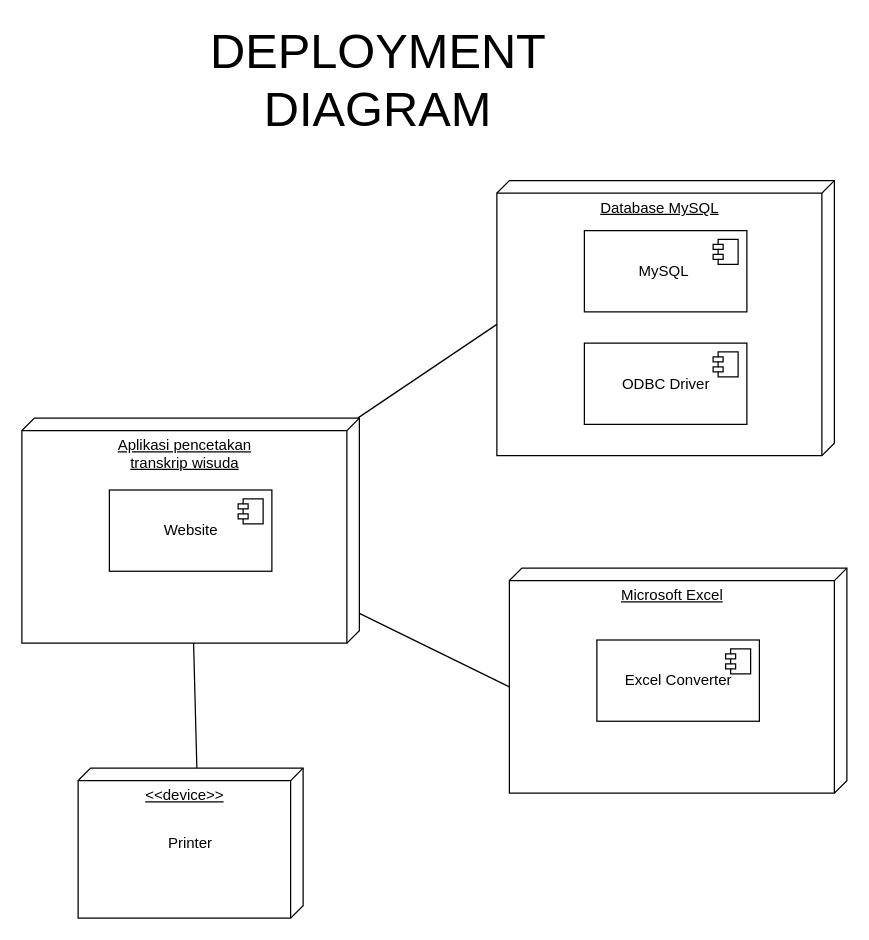
Before: page "Pemodelan Arsitektur Deployment Diagram" (8 of 13) of SIAKAD ERD.drawio in RidhoAnshory/drawiocloud, a draw.io diagram. Source tidied: cells renumbered, new cells numbered last; positions are measured from the earlier drawing's top-left corner, leaving out a move shared by most shapes. Both pictures are drawn from the tidied source at 125%, with x=0, y=0 at pixel (21, 68).
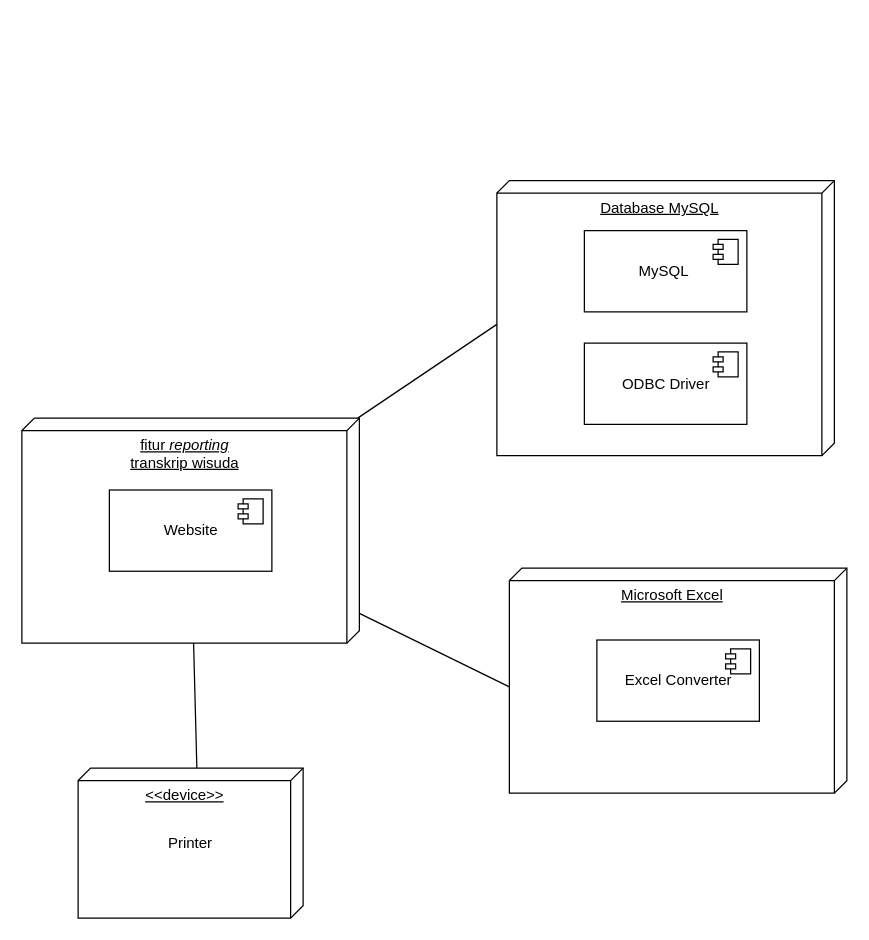
After the change.

Unchanged cells that the change refers to:
```xml
<mxCell id="3" style="group;" parent="1" vertex="1">
  <mxGeometry y="280" width="270" height="180" as="geometry" />
</mxCell>
```

Change to the diagram source:
```diff
@@
-    <mxCell id="2" value="&lt;span style=&quot;font-size: 39px&quot;&gt;DEPLOYMENT DIAGRAM&lt;br&gt;&lt;/span&gt;" style="text;html=1;strokeColor=none;fillColor=none;align=center;verticalAlign=middle;whiteSpace=wrap;rounded=0;" parent="1" vertex="1">
-      <mxGeometry x="265" width="40" height="20" as="geometry" />
-    </mxCell>
@@
-    <mxCell id="4" value="Aplikasi pencetakan &lt;br&gt;transkrip wisuda" style="verticalAlign=top;align=center;spacingTop=8;spacingLeft=2;spacingRight=12;shape=cube;size=10;direction=south;fontStyle=4;html=1;" parent="3" vertex="1">
+    <mxCell id="4" value="fitur &lt;i&gt;reporting&lt;/i&gt;&lt;br&gt;transkrip wisuda" style="verticalAlign=top;align=center;spacingTop=8;spacingLeft=2;spacingRight=12;shape=cube;size=10;direction=south;fontStyle=4;html=1;" parent="3" vertex="1">
       <mxGeometry width="270" height="180" as="geometry" />
     </mxCell>
```
